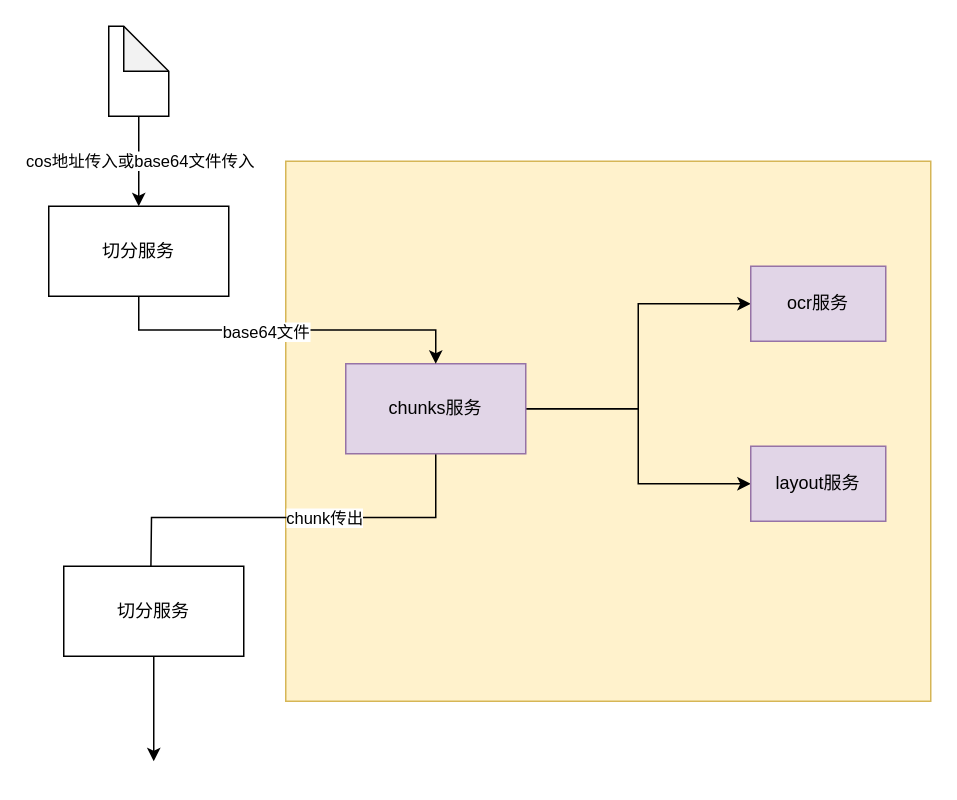
The draw.io diagram 切分模块.drawio in archwolf118/AI, before the edit. Source tidied: cells renumbered, new cells numbered last; positions are measured from the earlier drawing's top-left corner, leaving out a move shared by most shapes. Both pictures are drawn from the tidied source at 150%, with x=0, y=0 at pixel (48, 26).
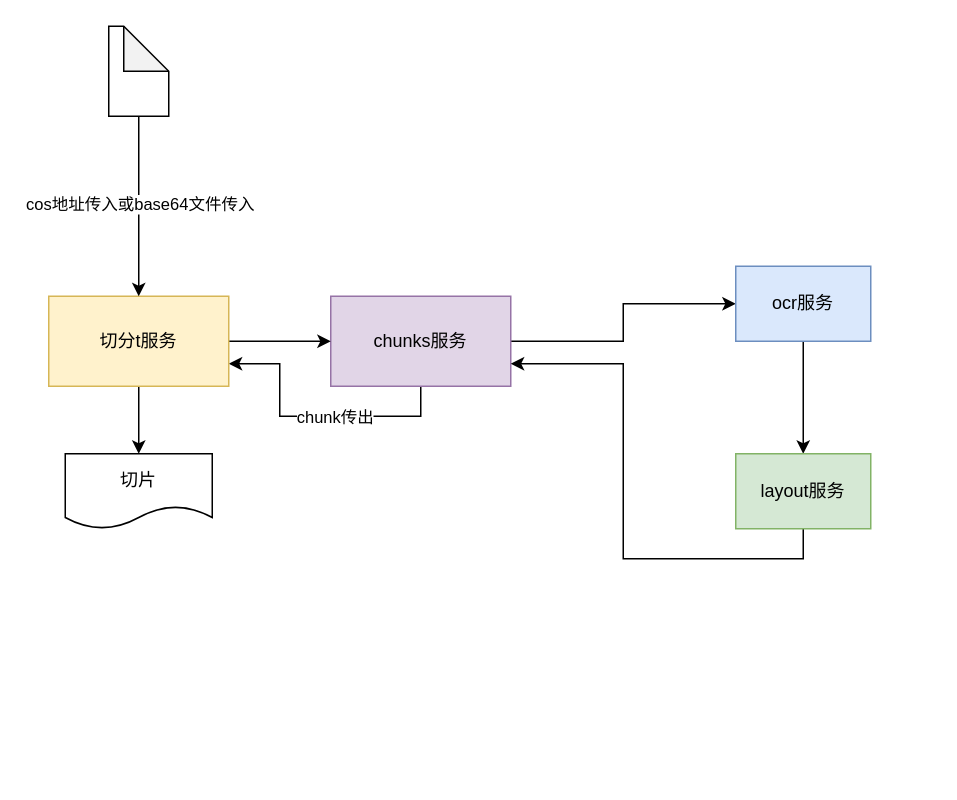
After the change.

Commit message:
更新切分模块.drawio

Diff of the diagram source:
```diff
@@
 <mxGraphModel>
   <root>
     <mxCell id="0" />
     <mxCell id="1" parent="0" />
-    <mxCell id="2" style="rounded=0;whiteSpace=wrap;html=1;fillColor=#fff2cc;strokeColor=#d6b656;" parent="1" vertex="1">
-      <mxGeometry x="158" y="90" width="430" height="360" as="geometry" />
-    </mxCell>
-    <mxCell id="3" style="edgeStyle=orthogonalEdgeStyle;rounded=0;jettySize=auto;html=1;exitX=0.5;exitY=1;exitDx=0;exitDy=0;" parent="1" edge="1" source="7">
-      <mxGeometry relative="1" as="geometry">
-        <mxPoint x="68" y="370" as="targetPoint" />
-      </mxGeometry>
+    <mxCell id="3" style="edgeStyle=orthogonalEdgeStyle;rounded=0;jettySize=auto;html=1;exitX=0.5;exitY=1;exitDx=0;exitDy=0;entryX=1;entryY=0.75;entryDx=0;entryDy=0;" parent="1" edge="1" source="7" target="10">
+      <mxGeometry relative="1" as="geometry" />
     </mxCell>
     <mxCell id="4" value="chunk传出" style="edgeLabel;html=1;align=center;verticalAlign=middle;" parent="3" vertex="1">
       <mxGeometry x="-0.15" relative="1" as="geometry" />
     </mxCell>
     <mxCell id="5" style="edgeStyle=orthogonalEdgeStyle;rounded=0;jettySize=auto;html=1;exitX=1;exitY=0.5;exitDx=0;exitDy=0;entryX=0;entryY=0.5;entryDx=0;entryDy=0;" parent="1" edge="1" source="7" target="14">
       <mxGeometry relative="1" as="geometry" />
     </mxCell>
-    <mxCell id="6" style="edgeStyle=orthogonalEdgeStyle;rounded=0;jettySize=auto;html=1;exitX=1;exitY=0.5;exitDx=0;exitDy=0;entryX=0;entryY=0.5;entryDx=0;entryDy=0;" parent="1" edge="1" source="7" target="15">
-      <mxGeometry relative="1" as="geometry" />
-    </mxCell>
     <mxCell id="7" value="chunks服务" style="rounded=0;whiteSpace=wrap;html=1;fillColor=#e1d5e7;strokeColor=#9673a6;" parent="1" vertex="1">
-      <mxGeometry x="198" y="225" width="120" height="60" as="geometry" />
+      <mxGeometry x="188" y="180" width="120" height="60" as="geometry" />
     </mxCell>
-    <mxCell id="8" style="edgeStyle=orthogonalEdgeStyle;rounded=0;jettySize=auto;html=1;exitX=0.5;exitY=1;exitDx=0;exitDy=0;entryX=0.5;entryY=0;entryDx=0;entryDy=0;" parent="1" edge="1" source="10" target="7">
+    <mxCell id="8" style="edgeStyle=orthogonalEdgeStyle;rounded=0;jettySize=auto;html=1;exitX=1;exitY=0.5;exitDx=0;exitDy=0;entryX=0;entryY=0.5;entryDx=0;entryDy=0;" parent="1" edge="1" source="10" target="7">
       <mxGeometry relative="1" as="geometry" />
     </mxCell>
-    <mxCell id="9" value="base64文件" style="edgeLabel;html=1;align=center;verticalAlign=middle;" parent="8" vertex="1">
-      <mxGeometry x="-0.12" y="-1" relative="1" as="geometry" />
-    </mxCell>
+    <mxCell id="18" style="edgeStyle=orthogonalEdgeStyle;rounded=0;jettySize=auto;html=1;exitX=0.5;exitY=1;exitDx=0;exitDy=0;entryX=0.5;entryY=0;entryDx=0;entryDy=0;" parent="1" edge="1" source="10" target="21">
+      <mxGeometry relative="1" as="geometry" />
+    </mxCell>
-    <mxCell id="10" value="切分服务" style="rounded=0;whiteSpace=wrap;html=1;" parent="1" vertex="1">
-      <mxGeometry y="120" width="120" height="60" as="geometry" />
+    <mxCell id="10" value="切分t服务" style="rounded=0;whiteSpace=wrap;html=1;fillColor=#fff2cc;strokeColor=#d6b656;" parent="1" vertex="1">
+      <mxGeometry y="180" width="120" height="60" as="geometry" />
     </mxCell>
     <mxCell id="11" style="edgeStyle=orthogonalEdgeStyle;rounded=0;jettySize=auto;html=1;exitX=0.5;exitY=1;exitDx=0;exitDy=0;exitPerimeter=0;entryX=0.5;entryY=0;entryDx=0;entryDy=0;" parent="1" edge="1" source="13" target="10">
       <mxGeometry relative="1" as="geometry" />
     </mxCell>
     <mxCell id="12" value="cos地址传入或base64文件传入" style="edgeLabel;html=1;align=center;verticalAlign=middle;" parent="11" vertex="1">
       <mxGeometry x="-0.03" relative="1" as="geometry" />
     </mxCell>
     <mxCell id="13" style="shape=note;whiteSpace=wrap;html=1;backgroundOutline=1;darkOpacity=0.05;" parent="1" vertex="1">
       <mxGeometry x="40" width="40" height="60" as="geometry" />
     </mxCell>
+    <mxCell id="19" style="edgeStyle=orthogonalEdgeStyle;rounded=0;jettySize=auto;html=1;exitX=0.5;exitY=1;exitDx=0;exitDy=0;entryX=0.5;entryY=0;entryDx=0;entryDy=0;" parent="1" edge="1" source="14" target="15">
+      <mxGeometry relative="1" as="geometry" />
+    </mxCell>
-    <mxCell id="14" value="ocr服务" style="rounded=0;whiteSpace=wrap;html=1;fillColor=#e1d5e7;strokeColor=#9673a6;" parent="1" vertex="1">
-      <mxGeometry x="468" y="160" width="90" height="50" as="geometry" />
+    <mxCell id="14" value="ocr服务" style="rounded=0;whiteSpace=wrap;html=1;fillColor=#dae8fc;strokeColor=#6c8ebf;" parent="1" vertex="1">
+      <mxGeometry x="458" y="160" width="90" height="50" as="geometry" />
     </mxCell>
+    <mxCell id="20" style="edgeStyle=orthogonalEdgeStyle;rounded=0;jettySize=auto;html=1;exitX=0.5;exitY=1;exitDx=0;exitDy=0;entryX=1;entryY=0.75;entryDx=0;entryDy=0;" parent="1" edge="1" source="15" target="7">
+      <mxGeometry relative="1" as="geometry" />
+    </mxCell>
-    <mxCell id="15" value="layout服务" style="rounded=0;whiteSpace=wrap;html=1;fillColor=#e1d5e7;strokeColor=#9673a6;" parent="1" vertex="1">
-      <mxGeometry x="468" y="280" width="90" height="50" as="geometry" />
+    <mxCell id="15" value="layout服务" style="rounded=0;whiteSpace=wrap;html=1;fillColor=#d5e8d4;strokeColor=#82b366;" parent="1" vertex="1">
+      <mxGeometry x="458" y="285" width="90" height="50" as="geometry" />
     </mxCell>
-    <mxCell id="16" style="edgeStyle=orthogonalEdgeStyle;rounded=0;jettySize=auto;html=1;exitX=0.5;exitY=1;exitDx=0;exitDy=0;" parent="1" edge="1" source="17">
+    <mxCell id="16" style="edgeStyle=orthogonalEdgeStyle;rounded=0;orthogonalLoop=1;jettySize=auto;html=1;exitX=0.5;exitY=1;exitDx=0;exitDy=0;" parent="1" edge="1">
       <mxGeometry relative="1" as="geometry">
+        <mxPoint x="70" y="490" as="sourcePoint" />
         <mxPoint x="70" y="490" as="targetPoint" />
       </mxGeometry>
     </mxCell>
-    <mxCell id="17" value="切分服务" style="rounded=0;whiteSpace=wrap;html=1;" parent="1" vertex="1">
-      <mxGeometry x="10" y="360" width="120" height="60" as="geometry" />
-    </mxCell>
+    <mxCell id="21" value="切片" style="shape=document;whiteSpace=wrap;html=1;boundedLbl=1;" parent="1" vertex="1">
+      <mxGeometry x="11" y="285" width="98" height="50" as="geometry" />
+    </mxCell>
   </root>
 </mxGraphModel>
```
